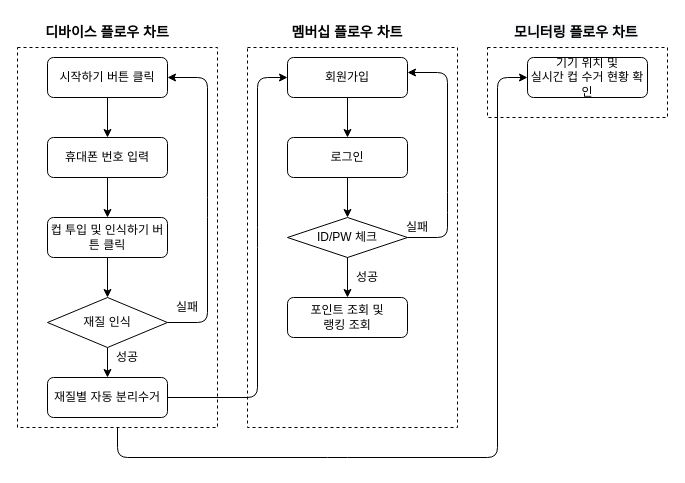
Above: Untitled Diagram.drawio in devgraphy/airsm-django-restapi (draw.io), before the change. Source tidied: cells renumbered, new cells numbered last; positions are measured from the earlier drawing's top-left corner, leaving out a move shared by most shapes. Both pictures are drawn from the tidied source at 100%, with x=0, y=0 at pixel (17, 17).
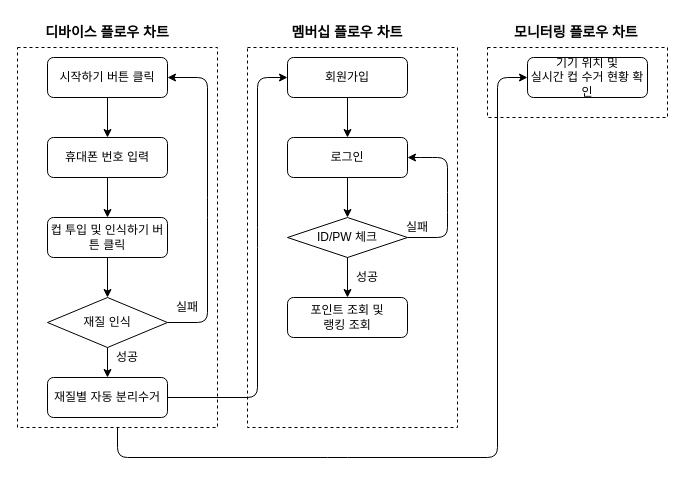
The same diagram, later.

The change refers to these unchanged cells:
```xml
<mxCell id="18" value="로그인" style="rounded=1;whiteSpace=wrap;html=1;" parent="1" vertex="1">
  <mxGeometry x="270" y="120" width="120" height="40" as="geometry" />
</mxCell>
<mxCell id="19" value="ID/PW 체크" style="rhombus;whiteSpace=wrap;html=1;" parent="1" vertex="1">
  <mxGeometry x="270" y="200" width="120" height="40" as="geometry" />
</mxCell>
```

The edit, as a diff of the source:
```diff
@@
-    <mxCell id="20" style="endArrow=classic;html=1;exitX=1;exitY=0.5;exitDx=0;exitDy=0;entryX=1;entryY=0.5;entryDx=0;entryDy=0;" parent="1" edge="1" source="19">
+    <mxCell id="20" style="endArrow=classic;html=1;exitX=1;exitY=0.5;exitDx=0;exitDy=0;entryX=1;entryY=0.5;entryDx=0;entryDy=0;" parent="1" edge="1" source="19" target="18">
       <mxGeometry relative="1" as="geometry">
-        <mxPoint x="390" y="55" as="targetPoint" />
         <Array as="points">
           <mxPoint x="430" y="220" />
           <mxPoint x="430" y="185" />
-          <mxPoint x="430" y="55" />
+          <mxPoint x="430" y="140" />
+          <mxPoint x="410" y="140" />
         </Array>
       </mxGeometry>
     </mxCell>
```
